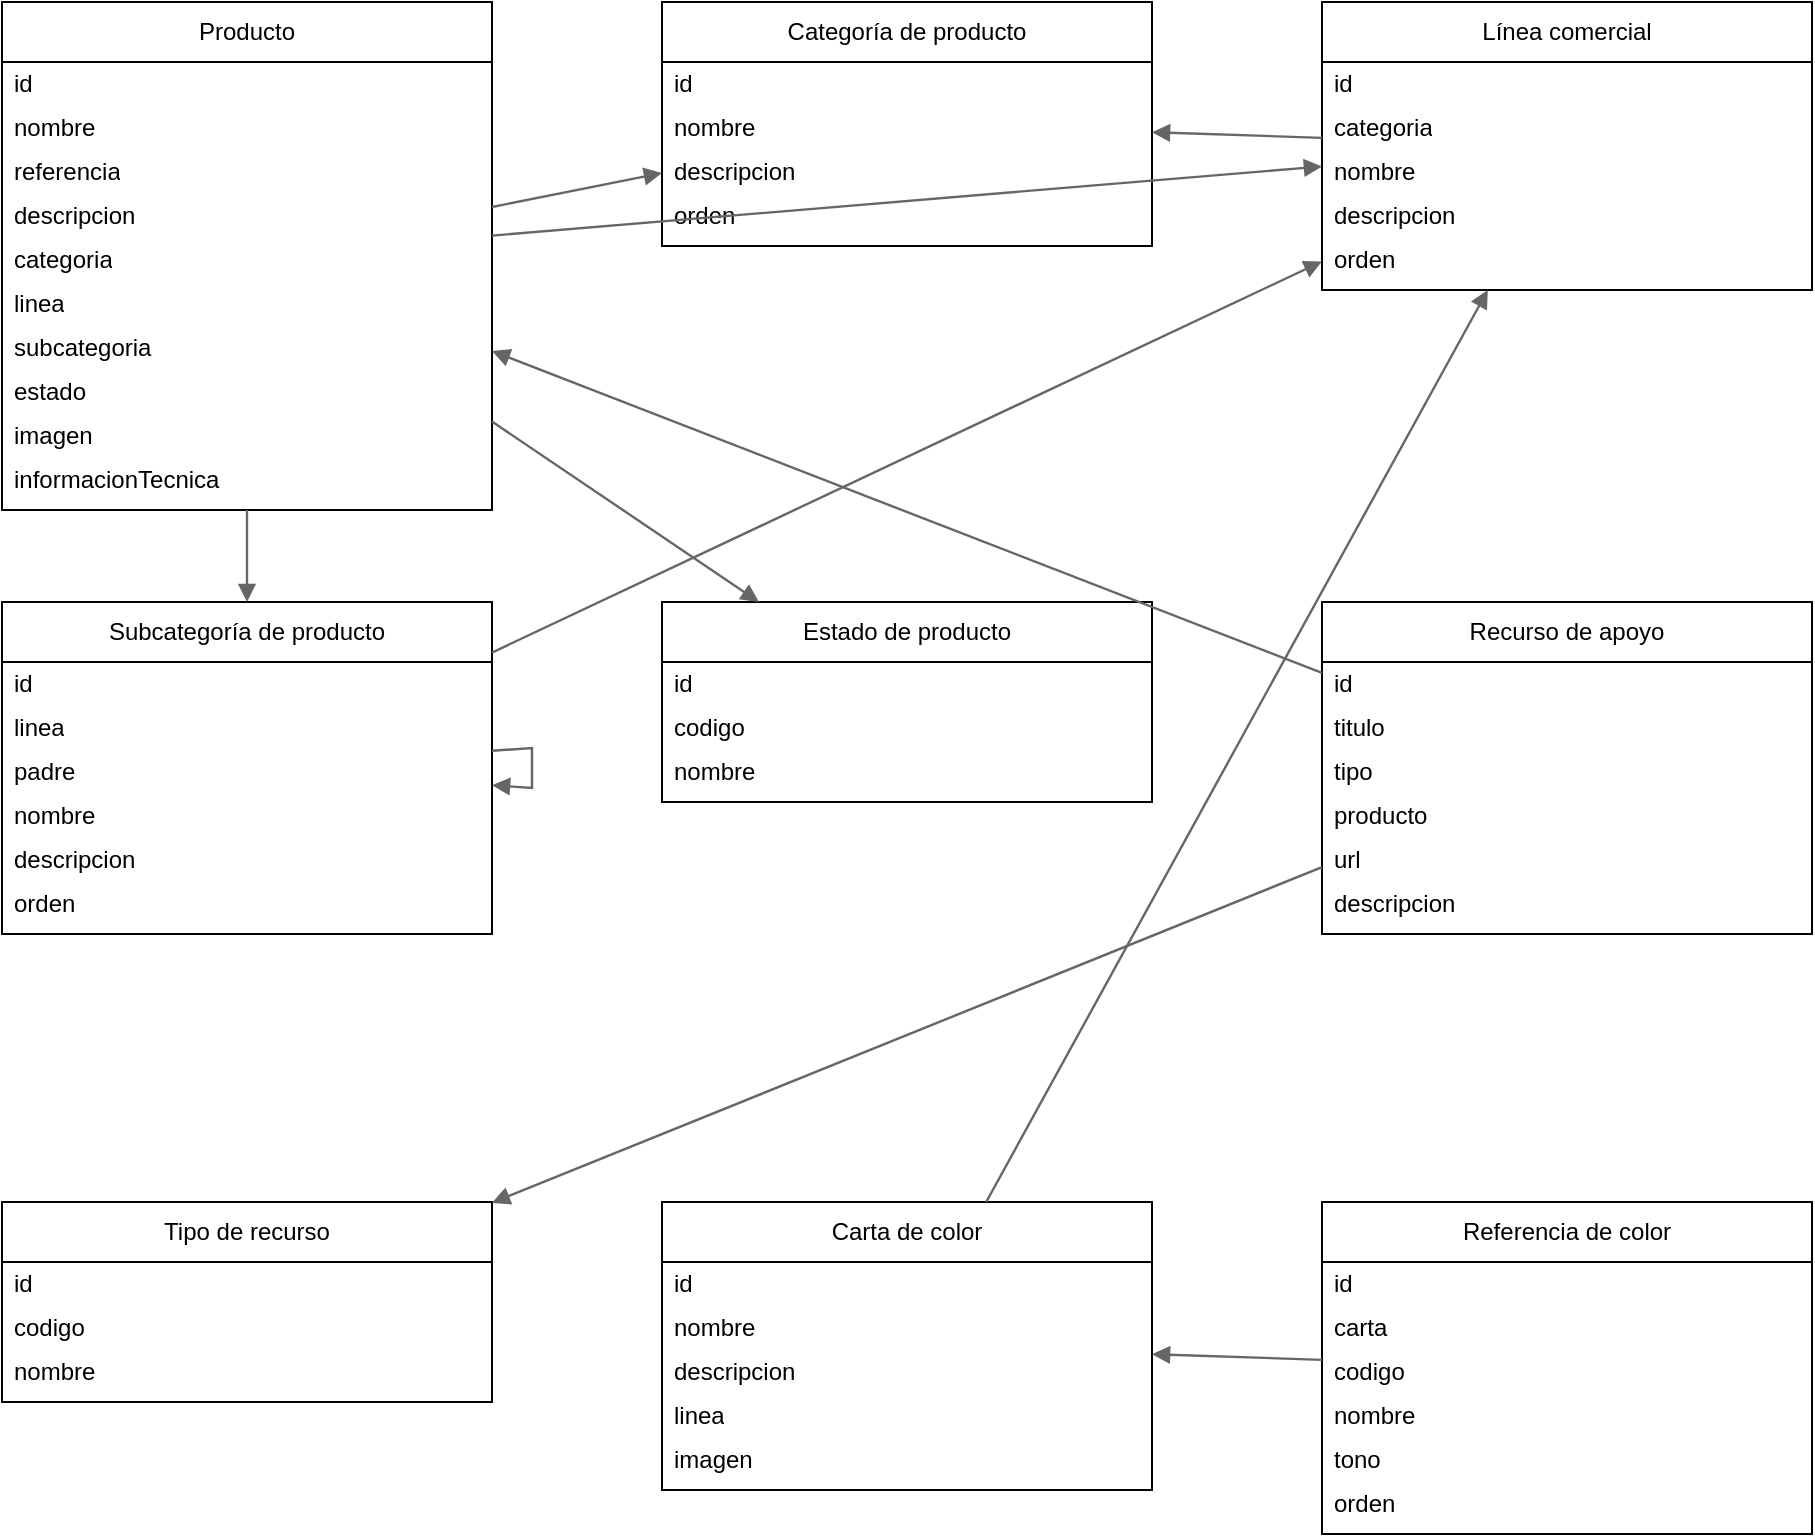
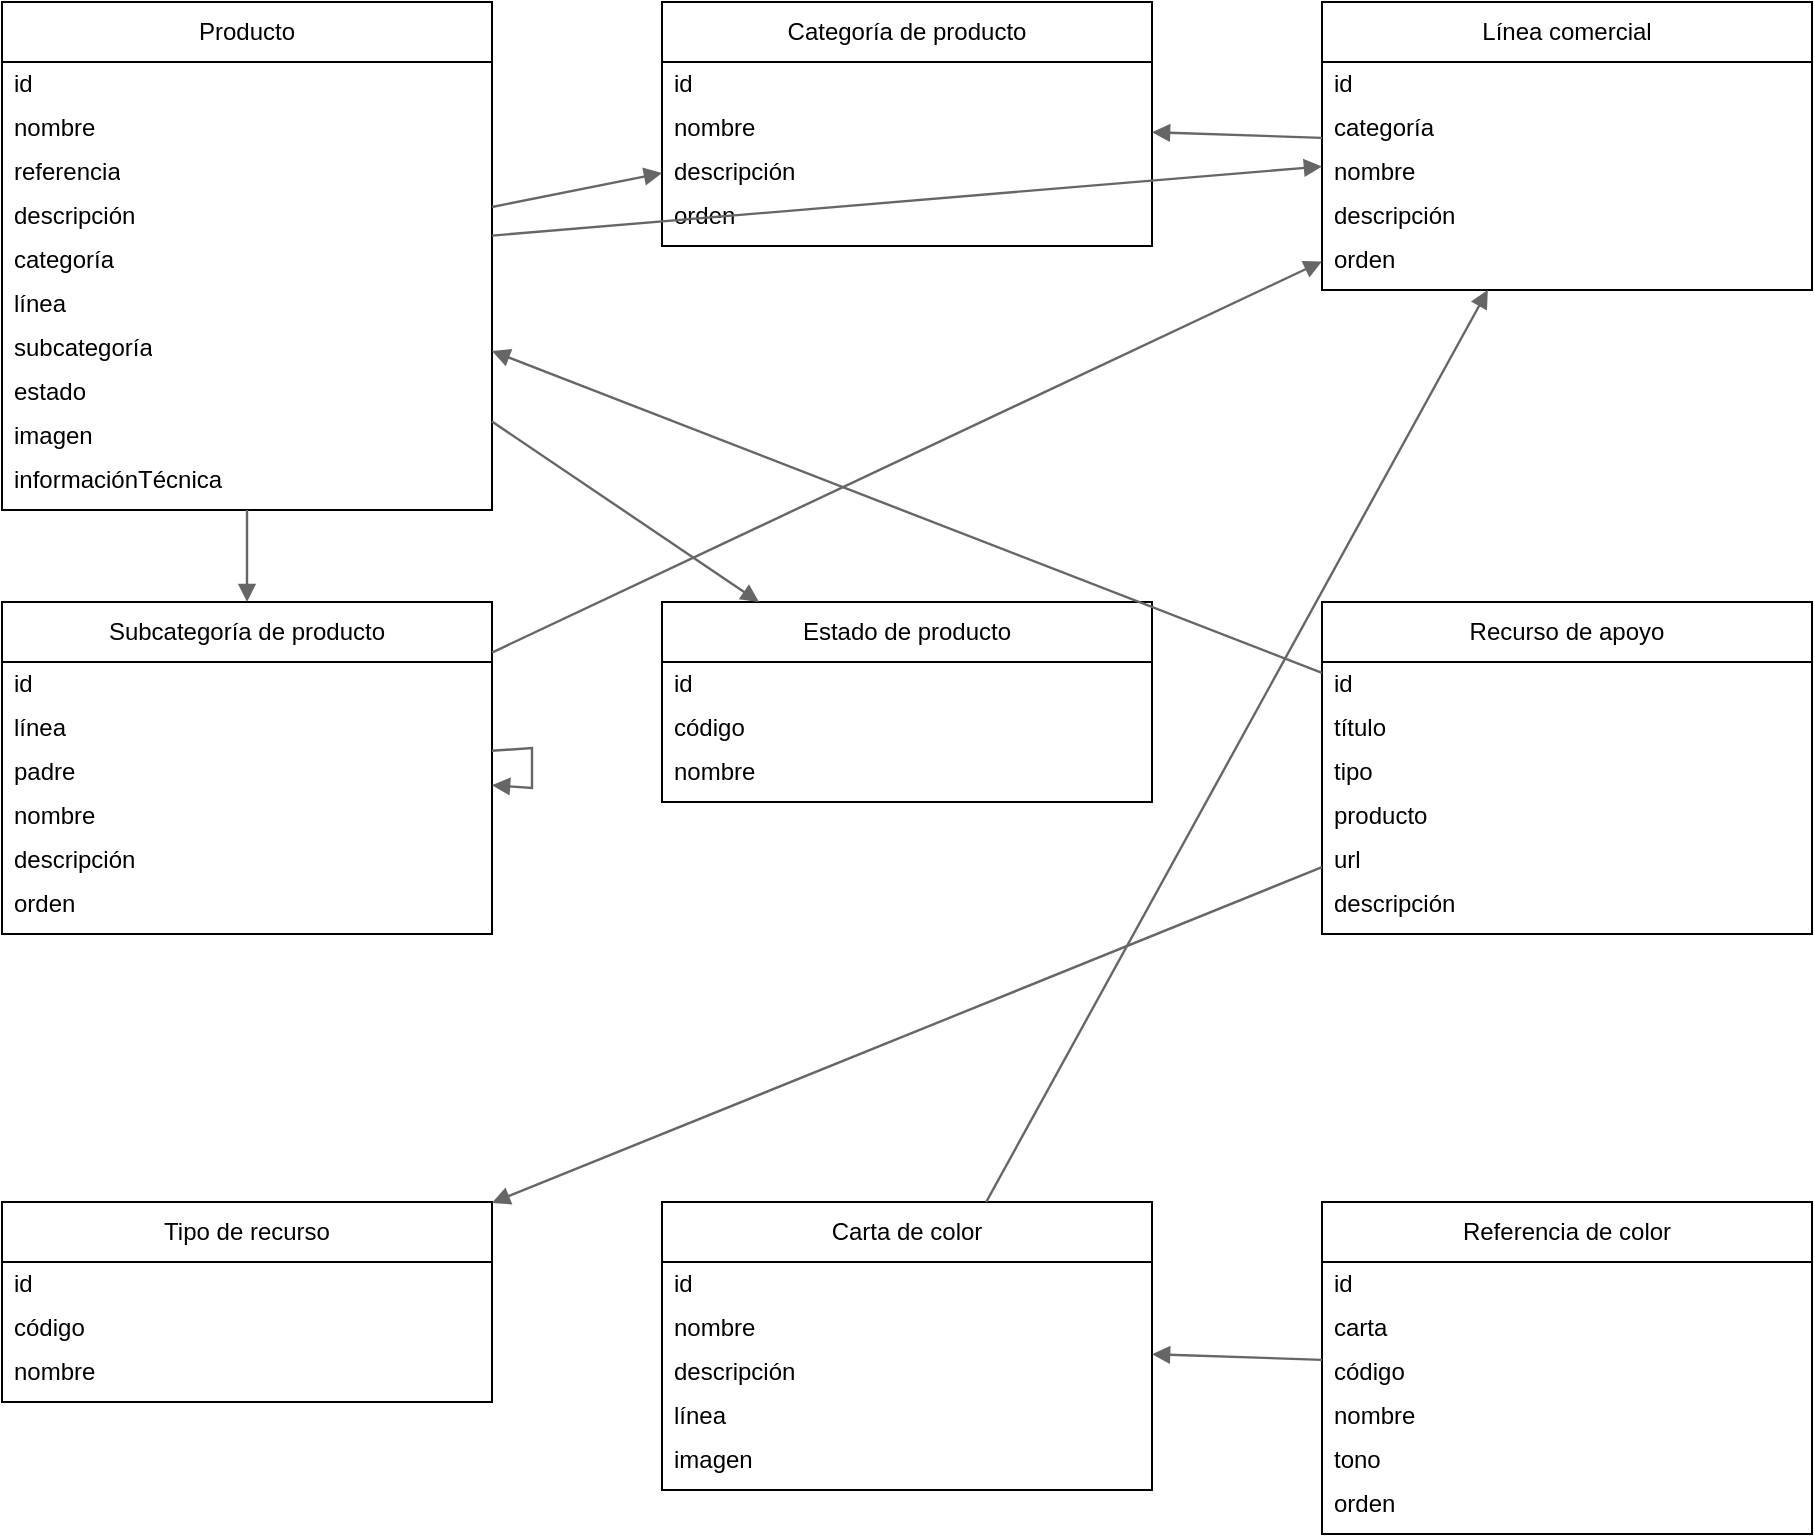
<?xml version="1.0" encoding="UTF-8"?>
<mxfile host="codex-generated">
  <diagram name="M3 - Modelo conceptual de datos" id="m3-mcd-conceptual">
    <mxGraphModel dx="1600" dy="1200" grid="1" gridSize="10" guides="1" tooltips="1" connect="1" arrows="1" fold="1" page="1" pageScale="1" pageWidth="1200" pageHeight="900" math="0" shadow="0">
      <root>
        <mxCell id="0"/>
        <mxCell id="1" parent="0"/>
        <mxCell id="entity-producto" value="Producto" style="swimlane;fontStyle=0;childLayout=stackLayout;horizontal=1;startSize=30;horizontalStack=0;resizeParent=1;resizeParentMax=0;resizeLast=0;collapsible=1;marginBottom=0;whiteSpace=wrap;html=1;fontColor=#000000;" parent="1" vertex="1"><mxGeometry x="70" y="80" width="245" height="254" as="geometry"/></mxCell>
        <mxCell id="entity-producto-a0" value="id" style="text;strokeColor=none;fillColor=none;align=left;verticalAlign=middle;spacingLeft=4;spacingRight=4;overflow=hidden;points=[[0,0.5],[1,0.5]];portConstraint=eastwest;rotatable=0;whiteSpace=wrap;html=1;fontColor=#000000;" parent="entity-producto" vertex="1"><mxGeometry y="30" width="245" height="22" as="geometry"/></mxCell>
        <mxCell id="entity-producto-a1" value="nombre" style="text;strokeColor=none;fillColor=none;align=left;verticalAlign=middle;spacingLeft=4;spacingRight=4;overflow=hidden;points=[[0,0.5],[1,0.5]];portConstraint=eastwest;rotatable=0;whiteSpace=wrap;html=1;fontColor=#000000;" parent="entity-producto" vertex="1"><mxGeometry y="52" width="245" height="22" as="geometry"/></mxCell>
        <mxCell id="entity-producto-a2" value="referencia" style="text;strokeColor=none;fillColor=none;align=left;verticalAlign=middle;spacingLeft=4;spacingRight=4;overflow=hidden;points=[[0,0.5],[1,0.5]];portConstraint=eastwest;rotatable=0;whiteSpace=wrap;html=1;fontColor=#000000;" parent="entity-producto" vertex="1"><mxGeometry y="74" width="245" height="22" as="geometry"/></mxCell>
-         <mxCell id="entity-producto-a3" value="descripcion" style="text;strokeColor=none;fillColor=none;align=left;verticalAlign=middle;spacingLeft=4;spacingRight=4;overflow=hidden;points=[[0,0.5],[1,0.5]];portConstraint=eastwest;rotatable=0;whiteSpace=wrap;html=1;fontColor=#000000;" parent="entity-producto" vertex="1"><mxGeometry y="96" width="245" height="22" as="geometry"/></mxCell>
-         <mxCell id="entity-producto-a4" value="categoria" style="text;strokeColor=none;fillColor=none;align=left;verticalAlign=middle;spacingLeft=4;spacingRight=4;overflow=hidden;points=[[0,0.5],[1,0.5]];portConstraint=eastwest;rotatable=0;whiteSpace=wrap;html=1;fontColor=#000000;" parent="entity-producto" vertex="1"><mxGeometry y="118" width="245" height="22" as="geometry"/></mxCell>
-         <mxCell id="entity-producto-a5" value="linea" style="text;strokeColor=none;fillColor=none;align=left;verticalAlign=middle;spacingLeft=4;spacingRight=4;overflow=hidden;points=[[0,0.5],[1,0.5]];portConstraint=eastwest;rotatable=0;whiteSpace=wrap;html=1;fontColor=#000000;" parent="entity-producto" vertex="1"><mxGeometry y="140" width="245" height="22" as="geometry"/></mxCell>
-         <mxCell id="entity-producto-a6" value="subcategoria" style="text;strokeColor=none;fillColor=none;align=left;verticalAlign=middle;spacingLeft=4;spacingRight=4;overflow=hidden;points=[[0,0.5],[1,0.5]];portConstraint=eastwest;rotatable=0;whiteSpace=wrap;html=1;fontColor=#000000;" parent="entity-producto" vertex="1"><mxGeometry y="162" width="245" height="22" as="geometry"/></mxCell>
+         <mxCell id="entity-producto-a3" value="descripción" style="text;strokeColor=none;fillColor=none;align=left;verticalAlign=middle;spacingLeft=4;spacingRight=4;overflow=hidden;points=[[0,0.5],[1,0.5]];portConstraint=eastwest;rotatable=0;whiteSpace=wrap;html=1;fontColor=#000000;" parent="entity-producto" vertex="1"><mxGeometry y="96" width="245" height="22" as="geometry"/></mxCell>
+         <mxCell id="entity-producto-a4" value="categoría" style="text;strokeColor=none;fillColor=none;align=left;verticalAlign=middle;spacingLeft=4;spacingRight=4;overflow=hidden;points=[[0,0.5],[1,0.5]];portConstraint=eastwest;rotatable=0;whiteSpace=wrap;html=1;fontColor=#000000;" parent="entity-producto" vertex="1"><mxGeometry y="118" width="245" height="22" as="geometry"/></mxCell>
+         <mxCell id="entity-producto-a5" value="línea" style="text;strokeColor=none;fillColor=none;align=left;verticalAlign=middle;spacingLeft=4;spacingRight=4;overflow=hidden;points=[[0,0.5],[1,0.5]];portConstraint=eastwest;rotatable=0;whiteSpace=wrap;html=1;fontColor=#000000;" parent="entity-producto" vertex="1"><mxGeometry y="140" width="245" height="22" as="geometry"/></mxCell>
+         <mxCell id="entity-producto-a6" value="subcategoría" style="text;strokeColor=none;fillColor=none;align=left;verticalAlign=middle;spacingLeft=4;spacingRight=4;overflow=hidden;points=[[0,0.5],[1,0.5]];portConstraint=eastwest;rotatable=0;whiteSpace=wrap;html=1;fontColor=#000000;" parent="entity-producto" vertex="1"><mxGeometry y="162" width="245" height="22" as="geometry"/></mxCell>
        <mxCell id="entity-producto-a7" value="estado" style="text;strokeColor=none;fillColor=none;align=left;verticalAlign=middle;spacingLeft=4;spacingRight=4;overflow=hidden;points=[[0,0.5],[1,0.5]];portConstraint=eastwest;rotatable=0;whiteSpace=wrap;html=1;fontColor=#000000;" parent="entity-producto" vertex="1"><mxGeometry y="184" width="245" height="22" as="geometry"/></mxCell>
        <mxCell id="entity-producto-a8" value="imagen" style="text;strokeColor=none;fillColor=none;align=left;verticalAlign=middle;spacingLeft=4;spacingRight=4;overflow=hidden;points=[[0,0.5],[1,0.5]];portConstraint=eastwest;rotatable=0;whiteSpace=wrap;html=1;fontColor=#000000;" parent="entity-producto" vertex="1"><mxGeometry y="206" width="245" height="22" as="geometry"/></mxCell>
-         <mxCell id="entity-producto-a9" value="informacionTecnica" style="text;strokeColor=none;fillColor=none;align=left;verticalAlign=middle;spacingLeft=4;spacingRight=4;overflow=hidden;points=[[0,0.5],[1,0.5]];portConstraint=eastwest;rotatable=0;whiteSpace=wrap;html=1;fontColor=#000000;" parent="entity-producto" vertex="1"><mxGeometry y="228" width="245" height="22" as="geometry"/></mxCell>
+         <mxCell id="entity-producto-a9" value="informaciónTécnica" style="text;strokeColor=none;fillColor=none;align=left;verticalAlign=middle;spacingLeft=4;spacingRight=4;overflow=hidden;points=[[0,0.5],[1,0.5]];portConstraint=eastwest;rotatable=0;whiteSpace=wrap;html=1;fontColor=#000000;" parent="entity-producto" vertex="1"><mxGeometry y="228" width="245" height="22" as="geometry"/></mxCell>
        <mxCell id="entity-categoria-de-producto" value="Categoría de producto" style="swimlane;fontStyle=0;childLayout=stackLayout;horizontal=1;startSize=30;horizontalStack=0;resizeParent=1;resizeParentMax=0;resizeLast=0;collapsible=1;marginBottom=0;whiteSpace=wrap;html=1;fontColor=#000000;" parent="1" vertex="1"><mxGeometry x="400" y="80" width="245" height="122" as="geometry"/></mxCell>
        <mxCell id="entity-categoria-de-producto-a0" value="id" style="text;strokeColor=none;fillColor=none;align=left;verticalAlign=middle;spacingLeft=4;spacingRight=4;overflow=hidden;points=[[0,0.5],[1,0.5]];portConstraint=eastwest;rotatable=0;whiteSpace=wrap;html=1;fontColor=#000000;" parent="entity-categoria-de-producto" vertex="1"><mxGeometry y="30" width="245" height="22" as="geometry"/></mxCell>
        <mxCell id="entity-categoria-de-producto-a1" value="nombre" style="text;strokeColor=none;fillColor=none;align=left;verticalAlign=middle;spacingLeft=4;spacingRight=4;overflow=hidden;points=[[0,0.5],[1,0.5]];portConstraint=eastwest;rotatable=0;whiteSpace=wrap;html=1;fontColor=#000000;" parent="entity-categoria-de-producto" vertex="1"><mxGeometry y="52" width="245" height="22" as="geometry"/></mxCell>
-         <mxCell id="entity-categoria-de-producto-a2" value="descripcion" style="text;strokeColor=none;fillColor=none;align=left;verticalAlign=middle;spacingLeft=4;spacingRight=4;overflow=hidden;points=[[0,0.5],[1,0.5]];portConstraint=eastwest;rotatable=0;whiteSpace=wrap;html=1;fontColor=#000000;" parent="entity-categoria-de-producto" vertex="1"><mxGeometry y="74" width="245" height="22" as="geometry"/></mxCell>
+         <mxCell id="entity-categoria-de-producto-a2" value="descripción" style="text;strokeColor=none;fillColor=none;align=left;verticalAlign=middle;spacingLeft=4;spacingRight=4;overflow=hidden;points=[[0,0.5],[1,0.5]];portConstraint=eastwest;rotatable=0;whiteSpace=wrap;html=1;fontColor=#000000;" parent="entity-categoria-de-producto" vertex="1"><mxGeometry y="74" width="245" height="22" as="geometry"/></mxCell>
        <mxCell id="entity-categoria-de-producto-a3" value="orden" style="text;strokeColor=none;fillColor=none;align=left;verticalAlign=middle;spacingLeft=4;spacingRight=4;overflow=hidden;points=[[0,0.5],[1,0.5]];portConstraint=eastwest;rotatable=0;whiteSpace=wrap;html=1;fontColor=#000000;" parent="entity-categoria-de-producto" vertex="1"><mxGeometry y="96" width="245" height="22" as="geometry"/></mxCell>
        <mxCell id="entity-linea-comercial" value="Línea comercial" style="swimlane;fontStyle=0;childLayout=stackLayout;horizontal=1;startSize=30;horizontalStack=0;resizeParent=1;resizeParentMax=0;resizeLast=0;collapsible=1;marginBottom=0;whiteSpace=wrap;html=1;fontColor=#000000;" parent="1" vertex="1"><mxGeometry x="730" y="80" width="245" height="144" as="geometry"/></mxCell>
        <mxCell id="entity-linea-comercial-a0" value="id" style="text;strokeColor=none;fillColor=none;align=left;verticalAlign=middle;spacingLeft=4;spacingRight=4;overflow=hidden;points=[[0,0.5],[1,0.5]];portConstraint=eastwest;rotatable=0;whiteSpace=wrap;html=1;fontColor=#000000;" parent="entity-linea-comercial" vertex="1"><mxGeometry y="30" width="245" height="22" as="geometry"/></mxCell>
-         <mxCell id="entity-linea-comercial-a1" value="categoria" style="text;strokeColor=none;fillColor=none;align=left;verticalAlign=middle;spacingLeft=4;spacingRight=4;overflow=hidden;points=[[0,0.5],[1,0.5]];portConstraint=eastwest;rotatable=0;whiteSpace=wrap;html=1;fontColor=#000000;" parent="entity-linea-comercial" vertex="1"><mxGeometry y="52" width="245" height="22" as="geometry"/></mxCell>
+         <mxCell id="entity-linea-comercial-a1" value="categoría" style="text;strokeColor=none;fillColor=none;align=left;verticalAlign=middle;spacingLeft=4;spacingRight=4;overflow=hidden;points=[[0,0.5],[1,0.5]];portConstraint=eastwest;rotatable=0;whiteSpace=wrap;html=1;fontColor=#000000;" parent="entity-linea-comercial" vertex="1"><mxGeometry y="52" width="245" height="22" as="geometry"/></mxCell>
        <mxCell id="entity-linea-comercial-a2" value="nombre" style="text;strokeColor=none;fillColor=none;align=left;verticalAlign=middle;spacingLeft=4;spacingRight=4;overflow=hidden;points=[[0,0.5],[1,0.5]];portConstraint=eastwest;rotatable=0;whiteSpace=wrap;html=1;fontColor=#000000;" parent="entity-linea-comercial" vertex="1"><mxGeometry y="74" width="245" height="22" as="geometry"/></mxCell>
-         <mxCell id="entity-linea-comercial-a3" value="descripcion" style="text;strokeColor=none;fillColor=none;align=left;verticalAlign=middle;spacingLeft=4;spacingRight=4;overflow=hidden;points=[[0,0.5],[1,0.5]];portConstraint=eastwest;rotatable=0;whiteSpace=wrap;html=1;fontColor=#000000;" parent="entity-linea-comercial" vertex="1"><mxGeometry y="96" width="245" height="22" as="geometry"/></mxCell>
+         <mxCell id="entity-linea-comercial-a3" value="descripción" style="text;strokeColor=none;fillColor=none;align=left;verticalAlign=middle;spacingLeft=4;spacingRight=4;overflow=hidden;points=[[0,0.5],[1,0.5]];portConstraint=eastwest;rotatable=0;whiteSpace=wrap;html=1;fontColor=#000000;" parent="entity-linea-comercial" vertex="1"><mxGeometry y="96" width="245" height="22" as="geometry"/></mxCell>
        <mxCell id="entity-linea-comercial-a4" value="orden" style="text;strokeColor=none;fillColor=none;align=left;verticalAlign=middle;spacingLeft=4;spacingRight=4;overflow=hidden;points=[[0,0.5],[1,0.5]];portConstraint=eastwest;rotatable=0;whiteSpace=wrap;html=1;fontColor=#000000;" parent="entity-linea-comercial" vertex="1"><mxGeometry y="118" width="245" height="22" as="geometry"/></mxCell>
        <mxCell id="entity-subcategoria-de-producto" value="Subcategoría de producto" style="swimlane;fontStyle=0;childLayout=stackLayout;horizontal=1;startSize=30;horizontalStack=0;resizeParent=1;resizeParentMax=0;resizeLast=0;collapsible=1;marginBottom=0;whiteSpace=wrap;html=1;fontColor=#000000;" parent="1" vertex="1"><mxGeometry x="70" y="380" width="245" height="166" as="geometry"/></mxCell>
        <mxCell id="entity-subcategoria-de-producto-a0" value="id" style="text;strokeColor=none;fillColor=none;align=left;verticalAlign=middle;spacingLeft=4;spacingRight=4;overflow=hidden;points=[[0,0.5],[1,0.5]];portConstraint=eastwest;rotatable=0;whiteSpace=wrap;html=1;fontColor=#000000;" parent="entity-subcategoria-de-producto" vertex="1"><mxGeometry y="30" width="245" height="22" as="geometry"/></mxCell>
-         <mxCell id="entity-subcategoria-de-producto-a1" value="linea" style="text;strokeColor=none;fillColor=none;align=left;verticalAlign=middle;spacingLeft=4;spacingRight=4;overflow=hidden;points=[[0,0.5],[1,0.5]];portConstraint=eastwest;rotatable=0;whiteSpace=wrap;html=1;fontColor=#000000;" parent="entity-subcategoria-de-producto" vertex="1"><mxGeometry y="52" width="245" height="22" as="geometry"/></mxCell>
+         <mxCell id="entity-subcategoria-de-producto-a1" value="línea" style="text;strokeColor=none;fillColor=none;align=left;verticalAlign=middle;spacingLeft=4;spacingRight=4;overflow=hidden;points=[[0,0.5],[1,0.5]];portConstraint=eastwest;rotatable=0;whiteSpace=wrap;html=1;fontColor=#000000;" parent="entity-subcategoria-de-producto" vertex="1"><mxGeometry y="52" width="245" height="22" as="geometry"/></mxCell>
        <mxCell id="entity-subcategoria-de-producto-a2" value="padre" style="text;strokeColor=none;fillColor=none;align=left;verticalAlign=middle;spacingLeft=4;spacingRight=4;overflow=hidden;points=[[0,0.5],[1,0.5]];portConstraint=eastwest;rotatable=0;whiteSpace=wrap;html=1;fontColor=#000000;" parent="entity-subcategoria-de-producto" vertex="1"><mxGeometry y="74" width="245" height="22" as="geometry"/></mxCell>
        <mxCell id="entity-subcategoria-de-producto-a3" value="nombre" style="text;strokeColor=none;fillColor=none;align=left;verticalAlign=middle;spacingLeft=4;spacingRight=4;overflow=hidden;points=[[0,0.5],[1,0.5]];portConstraint=eastwest;rotatable=0;whiteSpace=wrap;html=1;fontColor=#000000;" parent="entity-subcategoria-de-producto" vertex="1"><mxGeometry y="96" width="245" height="22" as="geometry"/></mxCell>
-         <mxCell id="entity-subcategoria-de-producto-a4" value="descripcion" style="text;strokeColor=none;fillColor=none;align=left;verticalAlign=middle;spacingLeft=4;spacingRight=4;overflow=hidden;points=[[0,0.5],[1,0.5]];portConstraint=eastwest;rotatable=0;whiteSpace=wrap;html=1;fontColor=#000000;" parent="entity-subcategoria-de-producto" vertex="1"><mxGeometry y="118" width="245" height="22" as="geometry"/></mxCell>
+         <mxCell id="entity-subcategoria-de-producto-a4" value="descripción" style="text;strokeColor=none;fillColor=none;align=left;verticalAlign=middle;spacingLeft=4;spacingRight=4;overflow=hidden;points=[[0,0.5],[1,0.5]];portConstraint=eastwest;rotatable=0;whiteSpace=wrap;html=1;fontColor=#000000;" parent="entity-subcategoria-de-producto" vertex="1"><mxGeometry y="118" width="245" height="22" as="geometry"/></mxCell>
        <mxCell id="entity-subcategoria-de-producto-a5" value="orden" style="text;strokeColor=none;fillColor=none;align=left;verticalAlign=middle;spacingLeft=4;spacingRight=4;overflow=hidden;points=[[0,0.5],[1,0.5]];portConstraint=eastwest;rotatable=0;whiteSpace=wrap;html=1;fontColor=#000000;" parent="entity-subcategoria-de-producto" vertex="1"><mxGeometry y="140" width="245" height="22" as="geometry"/></mxCell>
        <mxCell id="entity-estado-de-producto" value="Estado de producto" style="swimlane;fontStyle=0;childLayout=stackLayout;horizontal=1;startSize=30;horizontalStack=0;resizeParent=1;resizeParentMax=0;resizeLast=0;collapsible=1;marginBottom=0;whiteSpace=wrap;html=1;fontColor=#000000;" parent="1" vertex="1"><mxGeometry x="400" y="380" width="245" height="100" as="geometry"/></mxCell>
        <mxCell id="entity-estado-de-producto-a0" value="id" style="text;strokeColor=none;fillColor=none;align=left;verticalAlign=middle;spacingLeft=4;spacingRight=4;overflow=hidden;points=[[0,0.5],[1,0.5]];portConstraint=eastwest;rotatable=0;whiteSpace=wrap;html=1;fontColor=#000000;" parent="entity-estado-de-producto" vertex="1"><mxGeometry y="30" width="245" height="22" as="geometry"/></mxCell>
-         <mxCell id="entity-estado-de-producto-a1" value="codigo" style="text;strokeColor=none;fillColor=none;align=left;verticalAlign=middle;spacingLeft=4;spacingRight=4;overflow=hidden;points=[[0,0.5],[1,0.5]];portConstraint=eastwest;rotatable=0;whiteSpace=wrap;html=1;fontColor=#000000;" parent="entity-estado-de-producto" vertex="1"><mxGeometry y="52" width="245" height="22" as="geometry"/></mxCell>
+         <mxCell id="entity-estado-de-producto-a1" value="código" style="text;strokeColor=none;fillColor=none;align=left;verticalAlign=middle;spacingLeft=4;spacingRight=4;overflow=hidden;points=[[0,0.5],[1,0.5]];portConstraint=eastwest;rotatable=0;whiteSpace=wrap;html=1;fontColor=#000000;" parent="entity-estado-de-producto" vertex="1"><mxGeometry y="52" width="245" height="22" as="geometry"/></mxCell>
        <mxCell id="entity-estado-de-producto-a2" value="nombre" style="text;strokeColor=none;fillColor=none;align=left;verticalAlign=middle;spacingLeft=4;spacingRight=4;overflow=hidden;points=[[0,0.5],[1,0.5]];portConstraint=eastwest;rotatable=0;whiteSpace=wrap;html=1;fontColor=#000000;" parent="entity-estado-de-producto" vertex="1"><mxGeometry y="74" width="245" height="22" as="geometry"/></mxCell>
        <mxCell id="entity-recurso-de-apoyo" value="Recurso de apoyo" style="swimlane;fontStyle=0;childLayout=stackLayout;horizontal=1;startSize=30;horizontalStack=0;resizeParent=1;resizeParentMax=0;resizeLast=0;collapsible=1;marginBottom=0;whiteSpace=wrap;html=1;fontColor=#000000;" parent="1" vertex="1"><mxGeometry x="730" y="380" width="245" height="166" as="geometry"/></mxCell>
        <mxCell id="entity-recurso-de-apoyo-a0" value="id" style="text;strokeColor=none;fillColor=none;align=left;verticalAlign=middle;spacingLeft=4;spacingRight=4;overflow=hidden;points=[[0,0.5],[1,0.5]];portConstraint=eastwest;rotatable=0;whiteSpace=wrap;html=1;fontColor=#000000;" parent="entity-recurso-de-apoyo" vertex="1"><mxGeometry y="30" width="245" height="22" as="geometry"/></mxCell>
-         <mxCell id="entity-recurso-de-apoyo-a1" value="titulo" style="text;strokeColor=none;fillColor=none;align=left;verticalAlign=middle;spacingLeft=4;spacingRight=4;overflow=hidden;points=[[0,0.5],[1,0.5]];portConstraint=eastwest;rotatable=0;whiteSpace=wrap;html=1;fontColor=#000000;" parent="entity-recurso-de-apoyo" vertex="1"><mxGeometry y="52" width="245" height="22" as="geometry"/></mxCell>
+         <mxCell id="entity-recurso-de-apoyo-a1" value="título" style="text;strokeColor=none;fillColor=none;align=left;verticalAlign=middle;spacingLeft=4;spacingRight=4;overflow=hidden;points=[[0,0.5],[1,0.5]];portConstraint=eastwest;rotatable=0;whiteSpace=wrap;html=1;fontColor=#000000;" parent="entity-recurso-de-apoyo" vertex="1"><mxGeometry y="52" width="245" height="22" as="geometry"/></mxCell>
        <mxCell id="entity-recurso-de-apoyo-a2" value="tipo" style="text;strokeColor=none;fillColor=none;align=left;verticalAlign=middle;spacingLeft=4;spacingRight=4;overflow=hidden;points=[[0,0.5],[1,0.5]];portConstraint=eastwest;rotatable=0;whiteSpace=wrap;html=1;fontColor=#000000;" parent="entity-recurso-de-apoyo" vertex="1"><mxGeometry y="74" width="245" height="22" as="geometry"/></mxCell>
        <mxCell id="entity-recurso-de-apoyo-a3" value="producto" style="text;strokeColor=none;fillColor=none;align=left;verticalAlign=middle;spacingLeft=4;spacingRight=4;overflow=hidden;points=[[0,0.5],[1,0.5]];portConstraint=eastwest;rotatable=0;whiteSpace=wrap;html=1;fontColor=#000000;" parent="entity-recurso-de-apoyo" vertex="1"><mxGeometry y="96" width="245" height="22" as="geometry"/></mxCell>
        <mxCell id="entity-recurso-de-apoyo-a4" value="url" style="text;strokeColor=none;fillColor=none;align=left;verticalAlign=middle;spacingLeft=4;spacingRight=4;overflow=hidden;points=[[0,0.5],[1,0.5]];portConstraint=eastwest;rotatable=0;whiteSpace=wrap;html=1;fontColor=#000000;" parent="entity-recurso-de-apoyo" vertex="1"><mxGeometry y="118" width="245" height="22" as="geometry"/></mxCell>
-         <mxCell id="entity-recurso-de-apoyo-a5" value="descripcion" style="text;strokeColor=none;fillColor=none;align=left;verticalAlign=middle;spacingLeft=4;spacingRight=4;overflow=hidden;points=[[0,0.5],[1,0.5]];portConstraint=eastwest;rotatable=0;whiteSpace=wrap;html=1;fontColor=#000000;" parent="entity-recurso-de-apoyo" vertex="1"><mxGeometry y="140" width="245" height="22" as="geometry"/></mxCell>
+         <mxCell id="entity-recurso-de-apoyo-a5" value="descripción" style="text;strokeColor=none;fillColor=none;align=left;verticalAlign=middle;spacingLeft=4;spacingRight=4;overflow=hidden;points=[[0,0.5],[1,0.5]];portConstraint=eastwest;rotatable=0;whiteSpace=wrap;html=1;fontColor=#000000;" parent="entity-recurso-de-apoyo" vertex="1"><mxGeometry y="140" width="245" height="22" as="geometry"/></mxCell>
        <mxCell id="entity-tipo-de-recurso" value="Tipo de recurso" style="swimlane;fontStyle=0;childLayout=stackLayout;horizontal=1;startSize=30;horizontalStack=0;resizeParent=1;resizeParentMax=0;resizeLast=0;collapsible=1;marginBottom=0;whiteSpace=wrap;html=1;fontColor=#000000;" parent="1" vertex="1"><mxGeometry x="70" y="680" width="245" height="100" as="geometry"/></mxCell>
        <mxCell id="entity-tipo-de-recurso-a0" value="id" style="text;strokeColor=none;fillColor=none;align=left;verticalAlign=middle;spacingLeft=4;spacingRight=4;overflow=hidden;points=[[0,0.5],[1,0.5]];portConstraint=eastwest;rotatable=0;whiteSpace=wrap;html=1;fontColor=#000000;" parent="entity-tipo-de-recurso" vertex="1"><mxGeometry y="30" width="245" height="22" as="geometry"/></mxCell>
-         <mxCell id="entity-tipo-de-recurso-a1" value="codigo" style="text;strokeColor=none;fillColor=none;align=left;verticalAlign=middle;spacingLeft=4;spacingRight=4;overflow=hidden;points=[[0,0.5],[1,0.5]];portConstraint=eastwest;rotatable=0;whiteSpace=wrap;html=1;fontColor=#000000;" parent="entity-tipo-de-recurso" vertex="1"><mxGeometry y="52" width="245" height="22" as="geometry"/></mxCell>
+         <mxCell id="entity-tipo-de-recurso-a1" value="código" style="text;strokeColor=none;fillColor=none;align=left;verticalAlign=middle;spacingLeft=4;spacingRight=4;overflow=hidden;points=[[0,0.5],[1,0.5]];portConstraint=eastwest;rotatable=0;whiteSpace=wrap;html=1;fontColor=#000000;" parent="entity-tipo-de-recurso" vertex="1"><mxGeometry y="52" width="245" height="22" as="geometry"/></mxCell>
        <mxCell id="entity-tipo-de-recurso-a2" value="nombre" style="text;strokeColor=none;fillColor=none;align=left;verticalAlign=middle;spacingLeft=4;spacingRight=4;overflow=hidden;points=[[0,0.5],[1,0.5]];portConstraint=eastwest;rotatable=0;whiteSpace=wrap;html=1;fontColor=#000000;" parent="entity-tipo-de-recurso" vertex="1"><mxGeometry y="74" width="245" height="22" as="geometry"/></mxCell>
        <mxCell id="entity-carta-de-color" value="Carta de color" style="swimlane;fontStyle=0;childLayout=stackLayout;horizontal=1;startSize=30;horizontalStack=0;resizeParent=1;resizeParentMax=0;resizeLast=0;collapsible=1;marginBottom=0;whiteSpace=wrap;html=1;fontColor=#000000;" parent="1" vertex="1"><mxGeometry x="400" y="680" width="245" height="144" as="geometry"/></mxCell>
        <mxCell id="entity-carta-de-color-a0" value="id" style="text;strokeColor=none;fillColor=none;align=left;verticalAlign=middle;spacingLeft=4;spacingRight=4;overflow=hidden;points=[[0,0.5],[1,0.5]];portConstraint=eastwest;rotatable=0;whiteSpace=wrap;html=1;fontColor=#000000;" parent="entity-carta-de-color" vertex="1"><mxGeometry y="30" width="245" height="22" as="geometry"/></mxCell>
        <mxCell id="entity-carta-de-color-a1" value="nombre" style="text;strokeColor=none;fillColor=none;align=left;verticalAlign=middle;spacingLeft=4;spacingRight=4;overflow=hidden;points=[[0,0.5],[1,0.5]];portConstraint=eastwest;rotatable=0;whiteSpace=wrap;html=1;fontColor=#000000;" parent="entity-carta-de-color" vertex="1"><mxGeometry y="52" width="245" height="22" as="geometry"/></mxCell>
-         <mxCell id="entity-carta-de-color-a2" value="descripcion" style="text;strokeColor=none;fillColor=none;align=left;verticalAlign=middle;spacingLeft=4;spacingRight=4;overflow=hidden;points=[[0,0.5],[1,0.5]];portConstraint=eastwest;rotatable=0;whiteSpace=wrap;html=1;fontColor=#000000;" parent="entity-carta-de-color" vertex="1"><mxGeometry y="74" width="245" height="22" as="geometry"/></mxCell>
-         <mxCell id="entity-carta-de-color-a3" value="linea" style="text;strokeColor=none;fillColor=none;align=left;verticalAlign=middle;spacingLeft=4;spacingRight=4;overflow=hidden;points=[[0,0.5],[1,0.5]];portConstraint=eastwest;rotatable=0;whiteSpace=wrap;html=1;fontColor=#000000;" parent="entity-carta-de-color" vertex="1"><mxGeometry y="96" width="245" height="22" as="geometry"/></mxCell>
+         <mxCell id="entity-carta-de-color-a2" value="descripción" style="text;strokeColor=none;fillColor=none;align=left;verticalAlign=middle;spacingLeft=4;spacingRight=4;overflow=hidden;points=[[0,0.5],[1,0.5]];portConstraint=eastwest;rotatable=0;whiteSpace=wrap;html=1;fontColor=#000000;" parent="entity-carta-de-color" vertex="1"><mxGeometry y="74" width="245" height="22" as="geometry"/></mxCell>
+         <mxCell id="entity-carta-de-color-a3" value="línea" style="text;strokeColor=none;fillColor=none;align=left;verticalAlign=middle;spacingLeft=4;spacingRight=4;overflow=hidden;points=[[0,0.5],[1,0.5]];portConstraint=eastwest;rotatable=0;whiteSpace=wrap;html=1;fontColor=#000000;" parent="entity-carta-de-color" vertex="1"><mxGeometry y="96" width="245" height="22" as="geometry"/></mxCell>
        <mxCell id="entity-carta-de-color-a4" value="imagen" style="text;strokeColor=none;fillColor=none;align=left;verticalAlign=middle;spacingLeft=4;spacingRight=4;overflow=hidden;points=[[0,0.5],[1,0.5]];portConstraint=eastwest;rotatable=0;whiteSpace=wrap;html=1;fontColor=#000000;" parent="entity-carta-de-color" vertex="1"><mxGeometry y="118" width="245" height="22" as="geometry"/></mxCell>
        <mxCell id="entity-referencia-de-color" value="Referencia de color" style="swimlane;fontStyle=0;childLayout=stackLayout;horizontal=1;startSize=30;horizontalStack=0;resizeParent=1;resizeParentMax=0;resizeLast=0;collapsible=1;marginBottom=0;whiteSpace=wrap;html=1;fontColor=#000000;" parent="1" vertex="1"><mxGeometry x="730" y="680" width="245" height="166" as="geometry"/></mxCell>
        <mxCell id="entity-referencia-de-color-a0" value="id" style="text;strokeColor=none;fillColor=none;align=left;verticalAlign=middle;spacingLeft=4;spacingRight=4;overflow=hidden;points=[[0,0.5],[1,0.5]];portConstraint=eastwest;rotatable=0;whiteSpace=wrap;html=1;fontColor=#000000;" parent="entity-referencia-de-color" vertex="1"><mxGeometry y="30" width="245" height="22" as="geometry"/></mxCell>
        <mxCell id="entity-referencia-de-color-a1" value="carta" style="text;strokeColor=none;fillColor=none;align=left;verticalAlign=middle;spacingLeft=4;spacingRight=4;overflow=hidden;points=[[0,0.5],[1,0.5]];portConstraint=eastwest;rotatable=0;whiteSpace=wrap;html=1;fontColor=#000000;" parent="entity-referencia-de-color" vertex="1"><mxGeometry y="52" width="245" height="22" as="geometry"/></mxCell>
-         <mxCell id="entity-referencia-de-color-a2" value="codigo" style="text;strokeColor=none;fillColor=none;align=left;verticalAlign=middle;spacingLeft=4;spacingRight=4;overflow=hidden;points=[[0,0.5],[1,0.5]];portConstraint=eastwest;rotatable=0;whiteSpace=wrap;html=1;fontColor=#000000;" parent="entity-referencia-de-color" vertex="1"><mxGeometry y="74" width="245" height="22" as="geometry"/></mxCell>
+         <mxCell id="entity-referencia-de-color-a2" value="código" style="text;strokeColor=none;fillColor=none;align=left;verticalAlign=middle;spacingLeft=4;spacingRight=4;overflow=hidden;points=[[0,0.5],[1,0.5]];portConstraint=eastwest;rotatable=0;whiteSpace=wrap;html=1;fontColor=#000000;" parent="entity-referencia-de-color" vertex="1"><mxGeometry y="74" width="245" height="22" as="geometry"/></mxCell>
        <mxCell id="entity-referencia-de-color-a3" value="nombre" style="text;strokeColor=none;fillColor=none;align=left;verticalAlign=middle;spacingLeft=4;spacingRight=4;overflow=hidden;points=[[0,0.5],[1,0.5]];portConstraint=eastwest;rotatable=0;whiteSpace=wrap;html=1;fontColor=#000000;" parent="entity-referencia-de-color" vertex="1"><mxGeometry y="96" width="245" height="22" as="geometry"/></mxCell>
        <mxCell id="entity-referencia-de-color-a4" value="tono" style="text;strokeColor=none;fillColor=none;align=left;verticalAlign=middle;spacingLeft=4;spacingRight=4;overflow=hidden;points=[[0,0.5],[1,0.5]];portConstraint=eastwest;rotatable=0;whiteSpace=wrap;html=1;fontColor=#000000;" parent="entity-referencia-de-color" vertex="1"><mxGeometry y="118" width="245" height="22" as="geometry"/></mxCell>
        <mxCell id="entity-referencia-de-color-a5" value="orden" style="text;strokeColor=none;fillColor=none;align=left;verticalAlign=middle;spacingLeft=4;spacingRight=4;overflow=hidden;points=[[0,0.5],[1,0.5]];portConstraint=eastwest;rotatable=0;whiteSpace=wrap;html=1;fontColor=#000000;" parent="entity-referencia-de-color" vertex="1"><mxGeometry y="140" width="245" height="22" as="geometry"/></mxCell>
        <mxCell id="rel-0" value="" style="endArrow=block;html=1;rounded=0;strokeWidth=1.2;strokeColor=#666666;" parent="1" source="entity-producto" target="entity-categoria-de-producto" edge="1"><mxGeometry relative="1" as="geometry"/></mxCell>
        <mxCell id="rel-1" value="" style="endArrow=block;html=1;rounded=0;strokeWidth=1.2;strokeColor=#666666;" parent="1" source="entity-producto" target="entity-linea-comercial" edge="1"><mxGeometry relative="1" as="geometry"/></mxCell>
        <mxCell id="rel-2" value="" style="endArrow=block;html=1;rounded=0;strokeWidth=1.2;strokeColor=#666666;" parent="1" source="entity-producto" target="entity-subcategoria-de-producto" edge="1"><mxGeometry relative="1" as="geometry"/></mxCell>
        <mxCell id="rel-3" value="" style="endArrow=block;html=1;rounded=0;strokeWidth=1.2;strokeColor=#666666;" parent="1" source="entity-producto" target="entity-estado-de-producto" edge="1"><mxGeometry relative="1" as="geometry"/></mxCell>
        <mxCell id="rel-4" value="" style="endArrow=block;html=1;rounded=0;strokeWidth=1.2;strokeColor=#666666;" parent="1" source="entity-linea-comercial" target="entity-categoria-de-producto" edge="1"><mxGeometry relative="1" as="geometry"/></mxCell>
        <mxCell id="rel-5" value="" style="endArrow=block;html=1;rounded=0;strokeWidth=1.2;strokeColor=#666666;" parent="1" source="entity-subcategoria-de-producto" target="entity-linea-comercial" edge="1"><mxGeometry relative="1" as="geometry"/></mxCell>
        <mxCell id="rel-6" value="" style="endArrow=block;html=1;rounded=0;strokeWidth=1.2;strokeColor=#666666;" parent="1" source="entity-subcategoria-de-producto" target="entity-subcategoria-de-producto" edge="1"><mxGeometry relative="1" as="geometry"/></mxCell>
        <mxCell id="rel-7" value="" style="endArrow=block;html=1;rounded=0;strokeWidth=1.2;strokeColor=#666666;" parent="1" source="entity-recurso-de-apoyo" target="entity-producto" edge="1"><mxGeometry relative="1" as="geometry"/></mxCell>
        <mxCell id="rel-8" value="" style="endArrow=block;html=1;rounded=0;strokeWidth=1.2;strokeColor=#666666;" parent="1" source="entity-recurso-de-apoyo" target="entity-tipo-de-recurso" edge="1"><mxGeometry relative="1" as="geometry"/></mxCell>
        <mxCell id="rel-9" value="" style="endArrow=block;html=1;rounded=0;strokeWidth=1.2;strokeColor=#666666;" parent="1" source="entity-carta-de-color" target="entity-linea-comercial" edge="1"><mxGeometry relative="1" as="geometry"/></mxCell>
        <mxCell id="rel-10" value="" style="endArrow=block;html=1;rounded=0;strokeWidth=1.2;strokeColor=#666666;" parent="1" source="entity-referencia-de-color" target="entity-carta-de-color" edge="1"><mxGeometry relative="1" as="geometry"/></mxCell>
      </root>
    </mxGraphModel>
  </diagram>
</mxfile>
